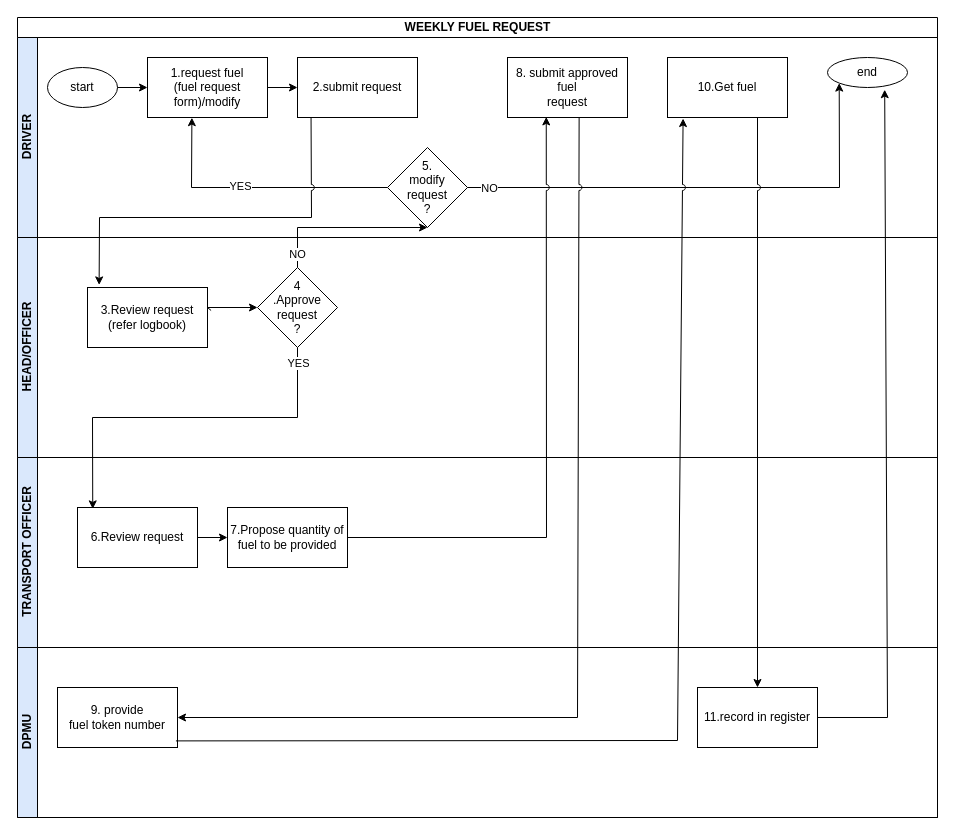
Above: page "weekly fuel request" (6 of 13) of wajibika/wajibika-sketches.drawio in MbalamulaS/tech-diagrams (draw.io), before the change. Source tidied: cells renumbered, new cells numbered last; positions are measured from the earlier drawing's top-left corner, leaving out a move shared by most shapes. Both pictures are drawn from the tidied source at 100%, with x=0, y=0 at pixel (17, 17).
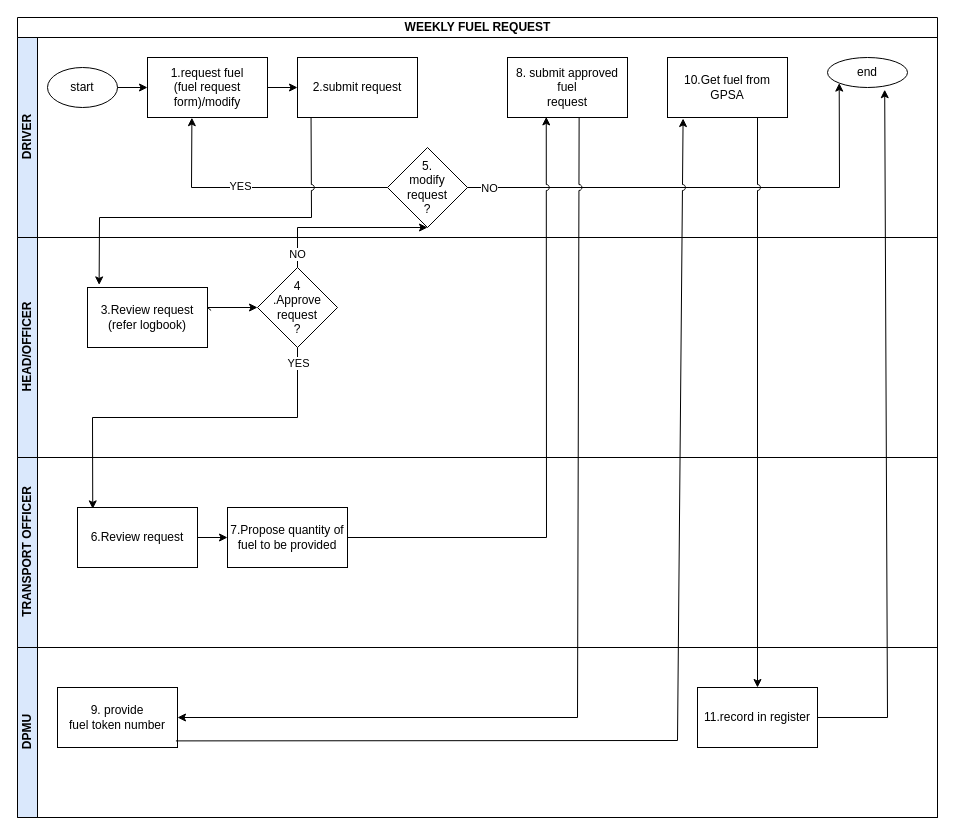
Above is the later version.

Commit message (it also covers changes not shown here):
Modified Step 14 and 10 on Fuel to add GPSA

Unchanged cells that the change refers to:
```xml
<mxCell id="3" value="DRIVER" style="swimlane;startSize=20;horizontal=0;html=1;fillColor=#DAE8FC;" parent="2" vertex="1">
  <mxGeometry y="20" width="920" height="200" as="geometry" />
</mxCell>
```

Diff of the diagram source:
```diff
@@
-    <mxCell id="14" value="10.Get fuel" style="rounded=0;whiteSpace=wrap;html=1;" parent="3" vertex="1">
+    <mxCell id="14" value="10.Get fuel from GPSA" style="rounded=0;whiteSpace=wrap;html=1;" parent="3" vertex="1">
       <mxGeometry x="650" y="20" width="120" height="60" as="geometry" />
     </mxCell>
```
